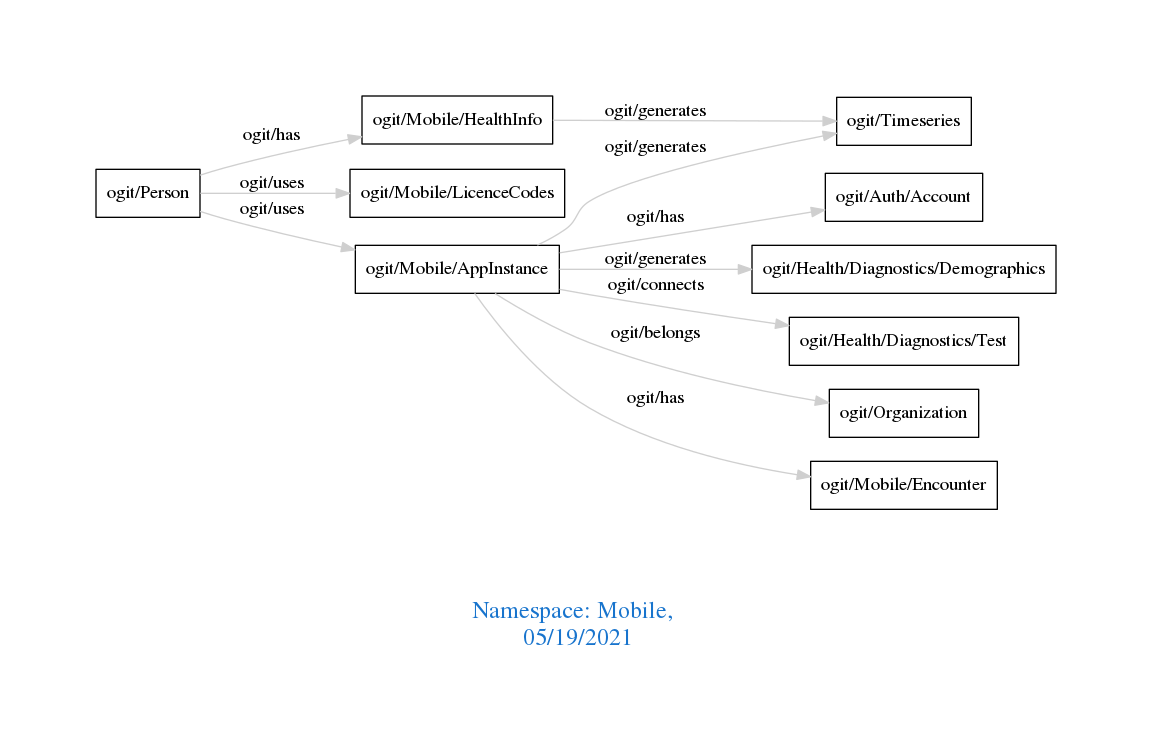
This is downloads/Mobile.png from arago/OGIT, a Graphviz export, as it was before one commit. Its source is kept beside it as downloads/Mobile.dot.
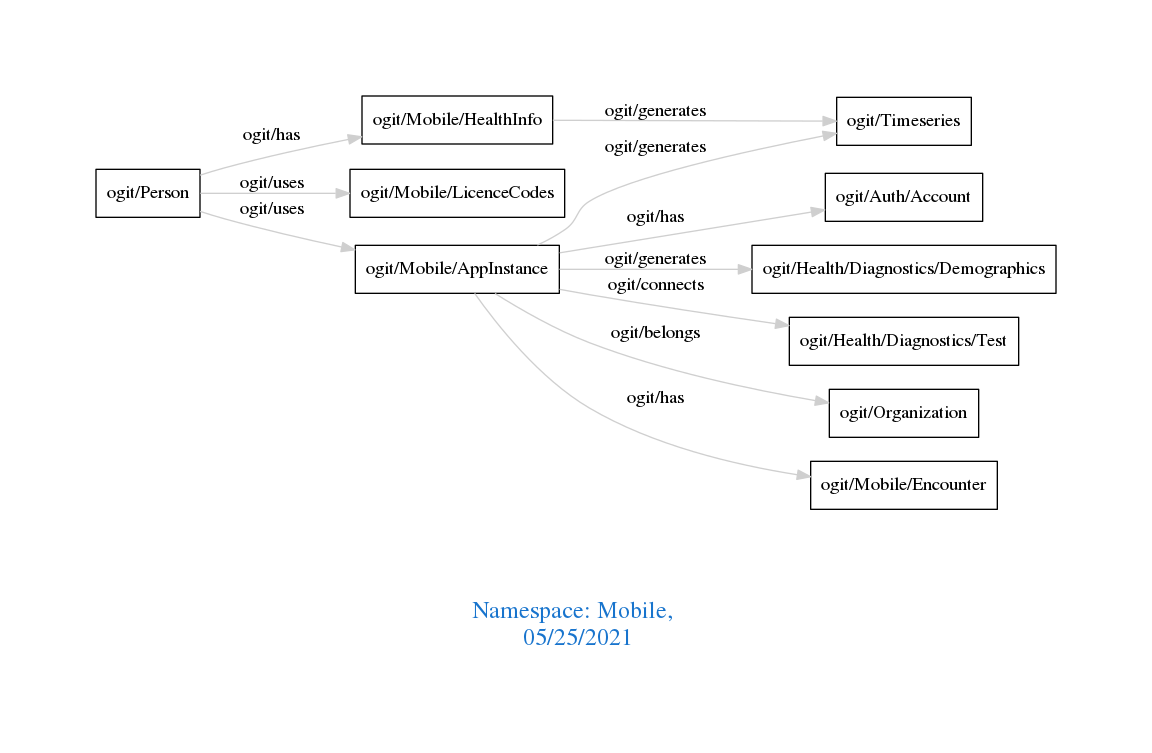
Above is the later version.

Diff of the diagram source:
```diff
@@ -1,7 +1,7 @@
 digraph OGIT_ontology {
  graph [ rankdir= LR,pad=1
 fontsize = 18,
-fontcolor= dodgerblue3,label = "\n\n\nNamespace: Mobile, \n 05/19/2021"];
+fontcolor= dodgerblue3,label = "\n\n\nNamespace: Mobile, \n 05/25/2021"];
 node[shape=polygon];
 edge [  color="gray81"];
 
```
